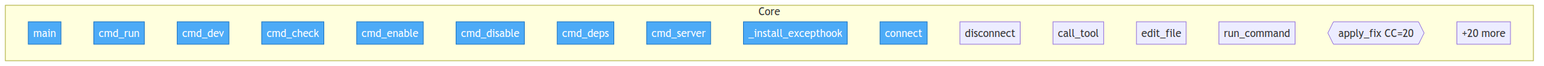
Before: project/flow.png, a diagram exported from Mermaid (semcod/pfix). Its source is kept beside it as project/flow.mmd.
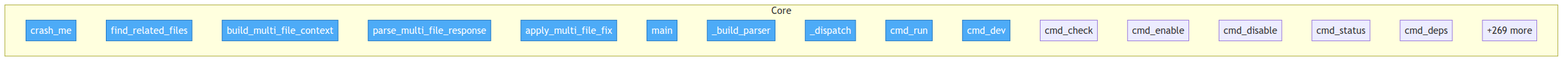
After the change.

The edit, as a diff of the source:
```diff
@@ -3,22 +3,22 @@
     classDef entry fill:#4dabf7,stroke:#1971c2,color:#fff
 
     subgraph Core
+        verify_runtime__crash_me["crash_me"]
+        src__pfix__multi_fix__find_related_files["find_related_files"]
+        src__pfix__multi_fix__build_multi_file_context["build_multi_file_context"]
+        src__pfix__multi_fix__parse_multi_file_response["parse_multi_file_response"]
+        src__pfix__multi_fix__apply_multi_file_fix["apply_multi_file_fix"]
         src__pfix__cli__main["main"]
+        src__pfix__cli___build_parser["_build_parser"]
+        src__pfix__cli___dispatch["_dispatch"]
         src__pfix__cli__cmd_run["cmd_run"]
         src__pfix__cli__cmd_dev["cmd_dev"]
         src__pfix__cli__cmd_check["cmd_check"]
         src__pfix__cli__cmd_enable["cmd_enable"]
         src__pfix__cli__cmd_disable["cmd_disable"]
+        src__pfix__cli__cmd_status["cmd_status"]
         src__pfix__cli__cmd_deps["cmd_deps"]
-        src__pfix__cli__cmd_server["cmd_server"]
-        src__pfix__cli___install_excepthook["_install_excepthook"]
-        src__pfix__mcp_client__MCPClient__connect["connect"]
-        src__pfix__mcp_client__MCPClient__disconnect["disconnect"]
-        src__pfix__mcp_client__MCPClient__call_tool["call_tool"]
-        src__pfix__mcp_client__MCPClient__edit_file["edit_file"]
-        src__pfix__mcp_client__MCPClient__run_command["run_command"]
-        src__pfix__fixer__apply_fix{{apply_fix CC=20}}
-        ...["+20 more"]
+        ...["+269 more"]
     end
 
-    class src__pfix__cli__main,src__pfix__cli__cmd_run,src__pfix__cli__cmd_dev,src__pfix__cli__cmd_check,src__pfix__cli__cmd_enable,src__pfix__cli__cmd_disable,src__pfix__cli__cmd_deps,src__pfix__cli__cmd_server,src__pfix__cli___install_excepthook,src__pfix__mcp_client__MCPClient__connect entry
+    class verify_runtime__crash_me,src__pfix__multi_fix__find_related_files,src__pfix__multi_fix__build_multi_file_context,src__pfix__multi_fix__parse_multi_file_response,src__pfix__multi_fix__apply_multi_file_fix,src__pfix__cli__main,src__pfix__cli___build_parser,src__pfix__cli___dispatch,src__pfix__cli__cmd_run,src__pfix__cli__cmd_dev entry
```
